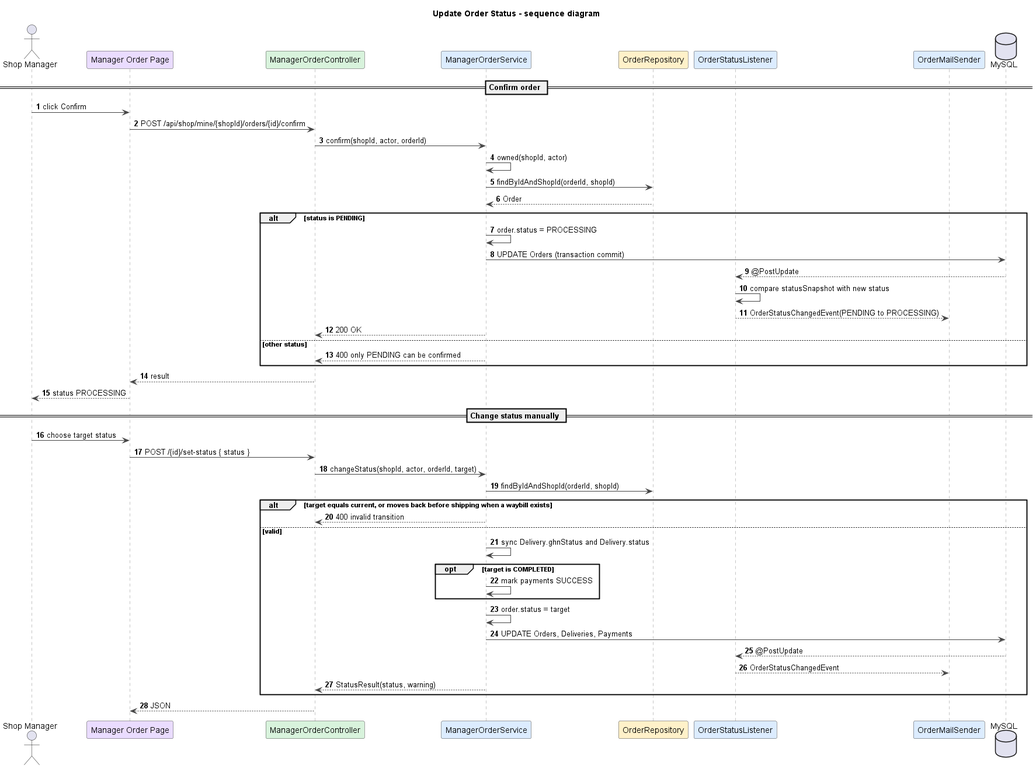
Above: docs/diagrams/04-update-order-status-sequence.png in duckpao/FlowerShop_SWP391 (PlantUML), before the change.
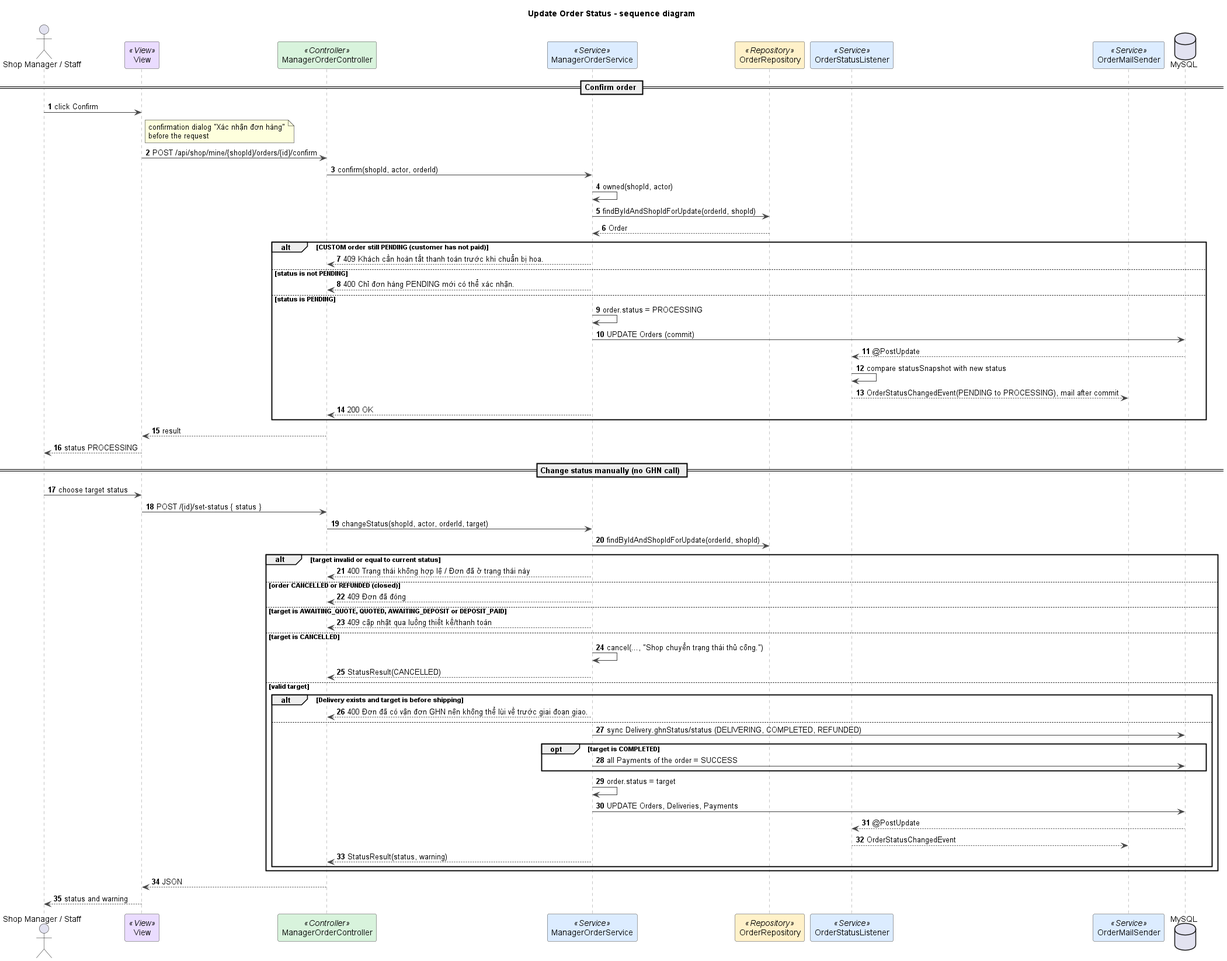
After the change.

Change to the diagram source:
```diff
@@ -12,53 +12,68 @@
   ParticipantBackgroundColor #FFFFFF
 }
 
-actor "Shop Manager" as M
-participant "Manager Order Page" as UI #EADCFF
-participant ManagerOrderController as C #D8F3DC
-participant ManagerOrderService as S #DCECFF
-participant OrderRepository as R #FFF1C9
-participant OrderStatusListener as L #DCECFF
-participant OrderMailSender as MAIL #DCECFF
+actor "Shop Manager / Staff" as M
+participant "View" as V <<View>> #EADCFF
+participant ManagerOrderController as C <<Controller>> #D8F3DC
+participant ManagerOrderService as S <<Service>> #DCECFF
+participant OrderRepository as R <<Repository>> #FFF1C9
+participant OrderStatusListener as L <<Service>> #DCECFF
+participant OrderMailSender as MAIL <<Service>> #DCECFF
 database MySQL
 
 == Confirm order ==
-M -> UI : click Confirm
-UI -> C : POST /api/shop/mine/{shopId}/orders/{id}/confirm
+M -> V : click Confirm
+note right of V : confirmation dialog "Xác nhận đơn hàng" before the request
+V -> C : POST /api/shop/mine/{shopId}/orders/{id}/confirm
 C -> S : confirm(shopId, actor, orderId)
 S -> S : owned(shopId, actor)
-S -> R : findByIdAndShopId(orderId, shopId)
+S -> R : findByIdAndShopIdForUpdate(orderId, shopId)
 R --> S : Order
-alt status is PENDING
+alt CUSTOM order still PENDING (customer has not paid)
+  S --> C : 409 Khách cần hoàn tất thanh toán trước khi chuẩn bị hoa.
+else status is not PENDING
+  S --> C : 400 Chỉ đơn hàng PENDING mới có thể xác nhận.
+else status is PENDING
   S -> S : order.status = PROCESSING
-  S -> MySQL : UPDATE Orders (transaction commit)
+  S -> MySQL : UPDATE Orders (commit)
   MySQL --> L : @PostUpdate
   L -> L : compare statusSnapshot with new status
-  L --> MAIL : OrderStatusChangedEvent(PENDING to PROCESSING)
+  L --> MAIL : OrderStatusChangedEvent(PENDING to PROCESSING), mail after commit
   S --> C : 200 OK
-else other status
-  S --> C : 400 only PENDING can be confirmed
 end
-C --> UI : result
-UI --> M : status PROCESSING
+C --> V : result
+V --> M : status PROCESSING
 
-== Change status manually ==
-M -> UI : choose target status
-UI -> C : POST /{id}/set-status { status }
+== Change status manually (no GHN call) ==
+M -> V : choose target status
+V -> C : POST /{id}/set-status { status }
 C -> S : changeStatus(shopId, actor, orderId, target)
-S -> R : findByIdAndShopId(orderId, shopId)
-alt target equals current, or moves back before shipping when a waybill exists
-  S --> C : 400 invalid transition
-else valid
-  S -> S : sync Delivery.ghnStatus and Delivery.status
-  opt target is COMPLETED
-    S -> S : mark payments SUCCESS
+S -> R : findByIdAndShopIdForUpdate(orderId, shopId)
+alt target invalid or equal to current status
+  S --> C : 400 Trạng thái không hợp lệ / Đơn đã ở trạng thái này
+else order CANCELLED or REFUNDED (closed)
+  S --> C : 409 Đơn đã đóng
+else target is AWAITING_QUOTE, QUOTED, AWAITING_DEPOSIT or DEPOSIT_PAID
+  S --> C : 409 cập nhật qua luồng thiết kế/thanh toán
+else target is CANCELLED
+  S -> S : cancel(..., "Shop chuyển trạng thái thủ công.")
+  S --> C : StatusResult(CANCELLED)
+else valid target
+  alt Delivery exists and target is before shipping
+    S --> C : 400 Đơn đã có vận đơn GHN nên không thể lùi về trước giai đoạn giao.
+  else
+    S -> MySQL : sync Delivery.ghnStatus/status (DELIVERING, COMPLETED, REFUNDED)
+    opt target is COMPLETED
+      S -> MySQL : all Payments of the order = SUCCESS
+    end
+    S -> S : order.status = target
+    S -> MySQL : UPDATE Orders, Deliveries, Payments
+    MySQL --> L : @PostUpdate
+    L --> MAIL : OrderStatusChangedEvent
+    S --> C : StatusResult(status, warning)
   end
-  S -> S : order.status = target
-  S -> MySQL : UPDATE Orders, Deliveries, Payments
-  MySQL --> L : @PostUpdate
-  L --> MAIL : OrderStatusChangedEvent
-  S --> C : StatusResult(status, warning)
 end
-C --> UI : JSON
+C --> V : JSON
+V --> M : status and warning
 
 @enduml
```
